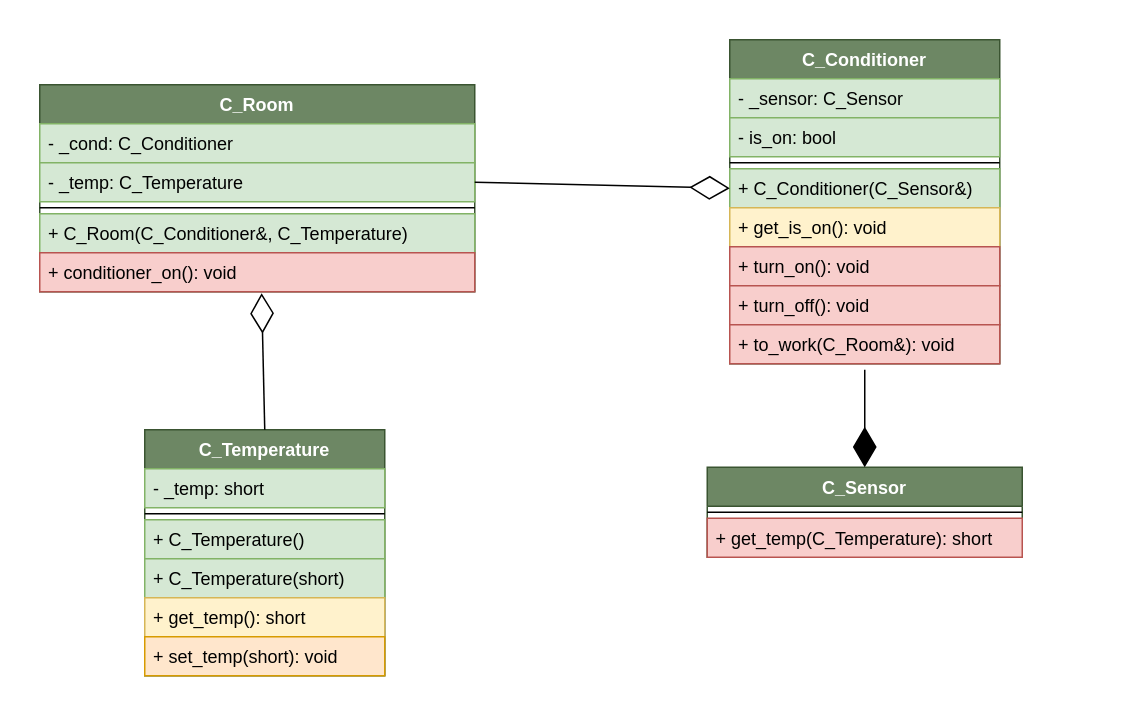
IgorIgnatiev/Drawio keeps this draw.io diagram as Temperature.drawio. Above is the earlier version. Source tidied: cells renumbered, new cells numbered last; positions are measured from the earlier drawing's top-left corner, leaving out a move shared by most shapes. Both pictures are drawn from the tidied source at 150%, with x=0, y=0 at pixel (39, 39).
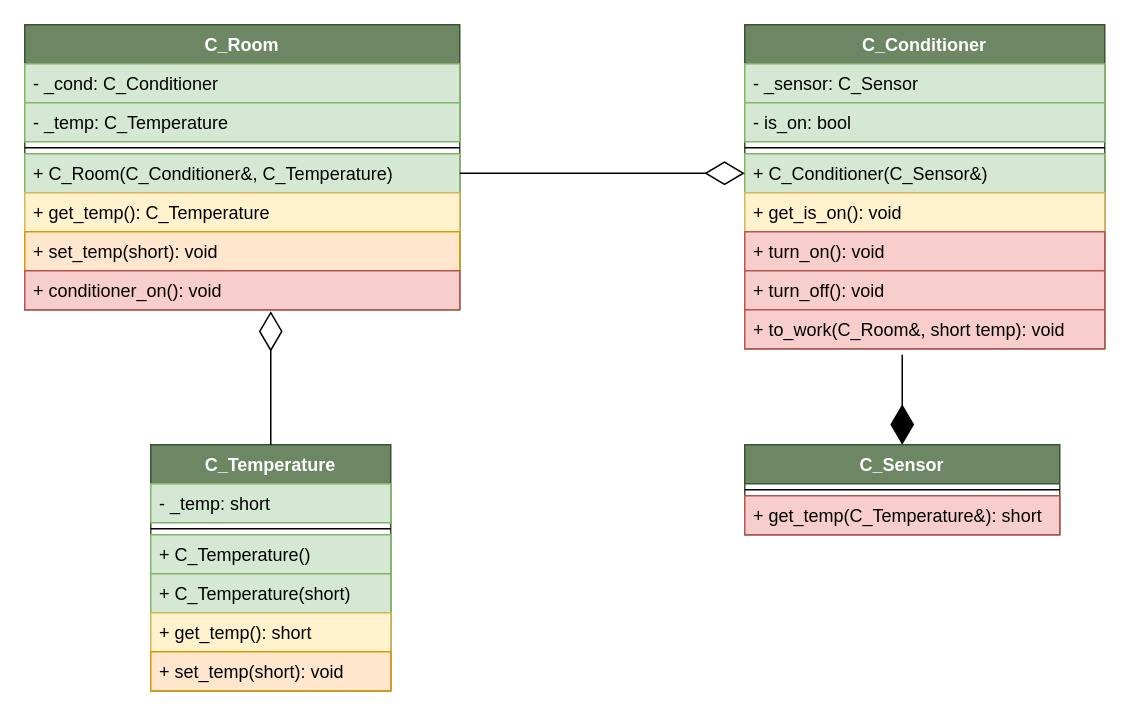
The same diagram, later.

Unchanged cells that the change refers to:
```xml
<mxCell id="23" value="- _temp: C_Temperature" style="text;strokeColor=#82b366;fillColor=#d5e8d4;align=left;verticalAlign=top;spacingLeft=4;spacingRight=4;overflow=hidden;points=[[0,0.5],[1,0.5]];portConstraint=eastwest;" parent="21" vertex="1">
  <mxGeometry y="52" width="290" height="26" as="geometry" />
</mxCell>
<mxCell id="25" value="+ C_Room(C_Conditioner&amp;, C_Temperature)" style="text;strokeColor=#82b366;fillColor=#d5e8d4;align=left;verticalAlign=top;spacingLeft=4;spacingRight=4;overflow=hidden;points=[[0,0.5],[1,0.5]];portConstraint=eastwest;" parent="21" vertex="1">
  <mxGeometry y="86" width="290" height="26" as="geometry" />
</mxCell>
```

The edit, as a diff of the source:
```diff
@@
     <mxCell id="2" value="C_Temperature" style="swimlane;fontStyle=1;align=center;verticalAlign=top;horizontal=1;startSize=26;fillColor=#6d8764;strokeColor=#3A5431;fontColor=#ffffff;" parent="1" vertex="1">
-      <mxGeometry x="70" y="260" width="160" height="164" as="geometry" />
+      <mxGeometry x="74" y="270" width="160" height="164" as="geometry" />
     </mxCell>
@@
     <mxCell id="9" value="C_Conditioner" style="swimlane;fontStyle=1;align=center;verticalAlign=top;horizontal=1;startSize=26;fillColor=#6d8764;strokeColor=#3A5431;fontColor=#ffffff;" parent="1" vertex="1">
-      <mxGeometry x="460" width="180" height="216" as="geometry" />
+      <mxGeometry x="470" y="-10" width="240" height="216" as="geometry" />
     </mxCell>
     <mxCell id="10" value="- _sensor: C_Sensor&#10; " style="text;strokeColor=#82b366;fillColor=#d5e8d4;align=left;verticalAlign=top;spacingLeft=4;spacingRight=4;overflow=hidden;" parent="9" vertex="1">
-      <mxGeometry y="26" width="180" height="26" as="geometry" />
+      <mxGeometry y="26" width="240" height="26" as="geometry" />
     </mxCell>
     <mxCell id="11" value="- is_on: bool" style="text;strokeColor=#82b366;fillColor=#d5e8d4;align=left;verticalAlign=top;spacingLeft=4;spacingRight=4;overflow=hidden;" parent="9" vertex="1">
-      <mxGeometry y="52" width="180" height="26" as="geometry" />
+      <mxGeometry y="52" width="240" height="26" as="geometry" />
     </mxCell>
     <mxCell id="12" style="line;strokeWidth=1;fillColor=none;align=left;verticalAlign=middle;spacingTop=-1;spacingLeft=3;spacingRight=3;labelPosition=right;" parent="9" vertex="1">
-      <mxGeometry y="78" width="180" height="8" as="geometry" />
+      <mxGeometry y="78" width="240" height="8" as="geometry" />
     </mxCell>
     <mxCell id="13" value="+ C_Conditioner(C_Sensor&amp;)" style="text;strokeColor=#82b366;fillColor=#d5e8d4;align=left;verticalAlign=top;spacingLeft=4;spacingRight=4;overflow=hidden;points=[[0,0.5],[1,0.5]];portConstraint=eastwest;" parent="9" vertex="1">
-      <mxGeometry y="86" width="180" height="26" as="geometry" />
+      <mxGeometry y="86" width="240" height="26" as="geometry" />
     </mxCell>
     <mxCell id="14" value="+ get_is_on(): void" style="text;strokeColor=#d6b656;fillColor=#fff2cc;align=left;verticalAlign=top;spacingLeft=4;spacingRight=4;overflow=hidden;" parent="9" vertex="1">
-      <mxGeometry y="112" width="180" height="26" as="geometry" />
+      <mxGeometry y="112" width="240" height="26" as="geometry" />
     </mxCell>
     <mxCell id="15" value="+ turn_on(): void" style="text;strokeColor=#b85450;fillColor=#f8cecc;align=left;verticalAlign=top;spacingLeft=4;spacingRight=4;overflow=hidden;" parent="9" vertex="1">
-      <mxGeometry y="138" width="180" height="26" as="geometry" />
+      <mxGeometry y="138" width="240" height="26" as="geometry" />
     </mxCell>
     <mxCell id="16" value="+ turn_off(): void" style="text;strokeColor=#b85450;fillColor=#f8cecc;align=left;verticalAlign=top;spacingLeft=4;spacingRight=4;overflow=hidden;" parent="9" vertex="1">
-      <mxGeometry y="164" width="180" height="26" as="geometry" />
+      <mxGeometry y="164" width="240" height="26" as="geometry" />
     </mxCell>
-    <mxCell id="17" value="+ to_work(C_Room&amp;): void" style="text;strokeColor=#b85450;fillColor=#f8cecc;align=left;verticalAlign=top;spacingLeft=4;spacingRight=4;overflow=hidden;points=[[0,0.5],[1,0.5]];portConstraint=eastwest;" parent="9" vertex="1">
-      <mxGeometry y="190" width="180" height="26" as="geometry" />
+    <mxCell id="17" value="+ to_work(C_Room&amp;, short temp): void" style="text;strokeColor=#b85450;fillColor=#f8cecc;align=left;verticalAlign=top;spacingLeft=4;spacingRight=4;overflow=hidden;points=[[0,0.5],[1,0.5]];portConstraint=eastwest;" parent="9" vertex="1">
+      <mxGeometry y="190" width="240" height="26" as="geometry" />
     </mxCell>
     <mxCell id="18" value="C_Sensor" style="swimlane;fontStyle=1;align=center;verticalAlign=top;horizontal=1;startSize=26;fillColor=#6d8764;strokeColor=#3A5431;fontColor=#ffffff;" parent="1" vertex="1">
-      <mxGeometry x="445" y="285" width="210" height="60" as="geometry" />
+      <mxGeometry x="470" y="270" width="210" height="60" as="geometry" />
     </mxCell>
@@
-    <mxCell id="20" value="+ get_temp(C_Temperature): short" style="text;strokeColor=#b85450;fillColor=#f8cecc;align=left;verticalAlign=top;spacingLeft=4;spacingRight=4;overflow=hidden;" parent="18" vertex="1">
+    <mxCell id="20" value="+ get_temp(C_Temperature&amp;): short" style="text;strokeColor=#b85450;fillColor=#f8cecc;align=left;verticalAlign=top;spacingLeft=4;spacingRight=4;overflow=hidden;" parent="18" vertex="1">
       <mxGeometry y="34" width="210" height="26" as="geometry" />
     </mxCell>
     <mxCell id="21" value="C_Room" style="swimlane;fontStyle=1;align=center;verticalAlign=top;horizontal=1;startSize=26;fillColor=#6d8764;strokeColor=#3A5431;fontColor=#ffffff;" parent="1" vertex="1">
-      <mxGeometry y="30" width="290" height="138" as="geometry" />
+      <mxGeometry x="-10" y="-10" width="290" height="190" as="geometry" />
     </mxCell>
@@
+    <mxCell id="30" value="+ get_temp(): C_Temperature" style="text;strokeColor=#d6b656;fillColor=#fff2cc;align=left;verticalAlign=top;spacingLeft=4;spacingRight=4;overflow=hidden;" parent="21" vertex="1">
+      <mxGeometry y="112" width="290" height="26" as="geometry" />
+    </mxCell>
+    <mxCell id="31" value="+ set_temp(short): void" style="text;strokeColor=#d79b00;fillColor=#ffe6cc;align=left;verticalAlign=top;spacingLeft=4;spacingRight=4;overflow=hidden;" parent="21" vertex="1">
+      <mxGeometry y="138" width="290" height="26" as="geometry" />
+    </mxCell>
     <mxCell id="26" value="+ conditioner_on(): void" style="text;align=left;verticalAlign=top;spacingLeft=4;spacingRight=4;overflow=hidden;points=[[0,0.5],[1,0.5]];portConstraint=eastwest;fillColor=#f8cecc;strokeColor=#b85450;" parent="21" vertex="1">
-      <mxGeometry y="112" width="290" height="26" as="geometry" />
+      <mxGeometry y="164" width="290" height="26" as="geometry" />
     </mxCell>
-    <mxCell id="27" style="endArrow=diamondThin;endFill=1;endSize=24;html=1;exitX=0.5;exitY=1.154;exitDx=0;exitDy=0;exitPerimeter=0;entryX=0.5;entryY=0;entryDx=0;entryDy=0;" parent="1" edge="1" source="17" target="18">
-      <mxGeometry relative="1" as="geometry" />
+    <mxCell id="27" style="endArrow=diamondThin;endFill=1;endSize=24;html=1;entryX=0.5;entryY=0;entryDx=0;entryDy=0;" parent="1" edge="1" target="18">
+      <mxGeometry relative="1" as="geometry">
+        <mxPoint x="575" y="210" as="sourcePoint" />
+      </mxGeometry>
     </mxCell>
-    <mxCell id="28" style="endArrow=diamondThin;endFill=0;endSize=24;html=1;exitX=1;exitY=0.5;exitDx=0;exitDy=0;entryX=0;entryY=0.5;entryDx=0;entryDy=0;" parent="1" edge="1" source="23" target="13">
+    <mxCell id="28" style="endArrow=diamondThin;endFill=0;endSize=24;html=1;entryX=0;entryY=0.5;entryDx=0;entryDy=0;exitX=1;exitY=0.5;exitDx=0;exitDy=0;" parent="1" edge="1" source="25" target="13">
       <mxGeometry relative="1" as="geometry" />
     </mxCell>
-    <mxCell id="29" style="endArrow=diamondThin;endFill=0;endSize=24;html=1;exitX=0.5;exitY=0;exitDx=0;exitDy=0;entryX=0.51;entryY=1.038;entryDx=0;entryDy=0;entryPerimeter=0;" parent="1" edge="1" source="2" target="26">
-      <mxGeometry relative="1" as="geometry" />
+    <mxCell id="29" style="endArrow=diamondThin;endFill=0;endSize=24;html=1;exitX=0.5;exitY=0;exitDx=0;exitDy=0;" parent="1" edge="1" source="2">
+      <mxGeometry relative="1" as="geometry">
+        <mxPoint x="154" y="181" as="targetPoint" />
+      </mxGeometry>
     </mxCell>
```
